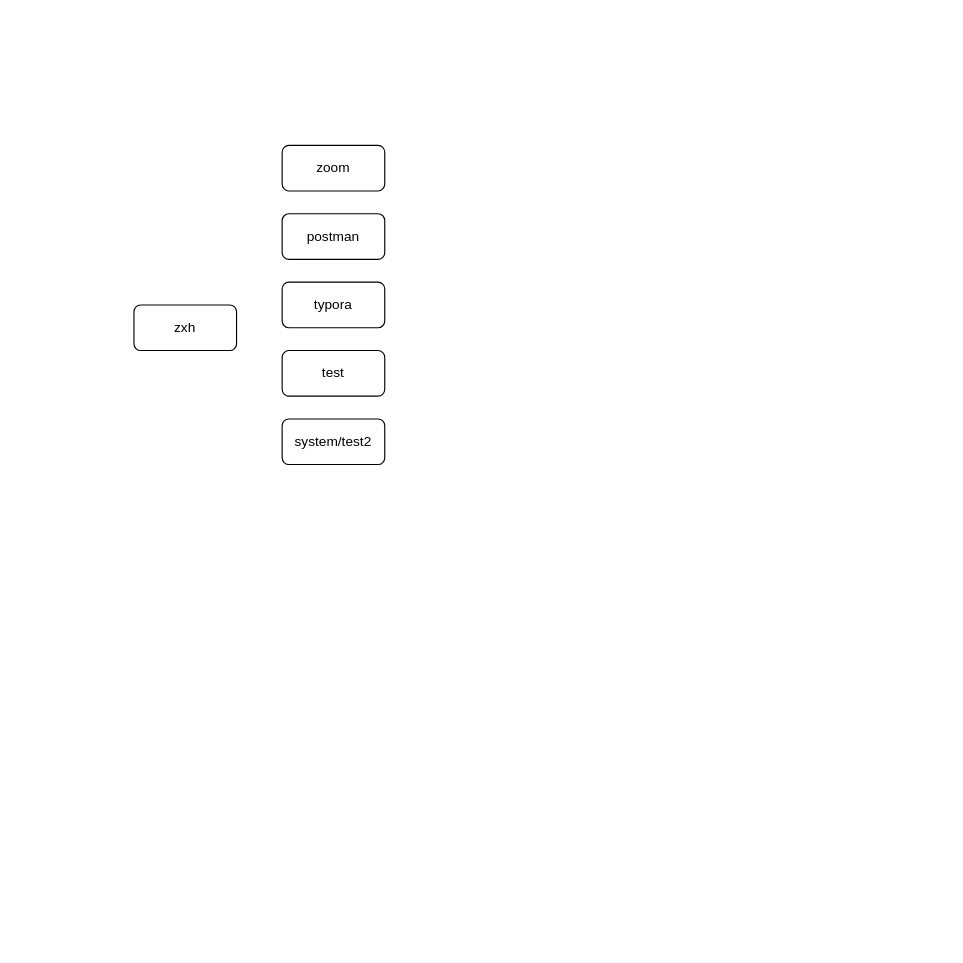
Earlier version of the draw.io diagram dap依赖项设计图.drawio (xiaohanzhang1/draw). Source tidied: cells renumbered, new cells numbered last; positions are measured from the earlier drawing's top-left corner, leaving out a move shared by most shapes. Both pictures are drawn from the tidied source at 114%, with x=0, y=0 at pixel (133, 145).
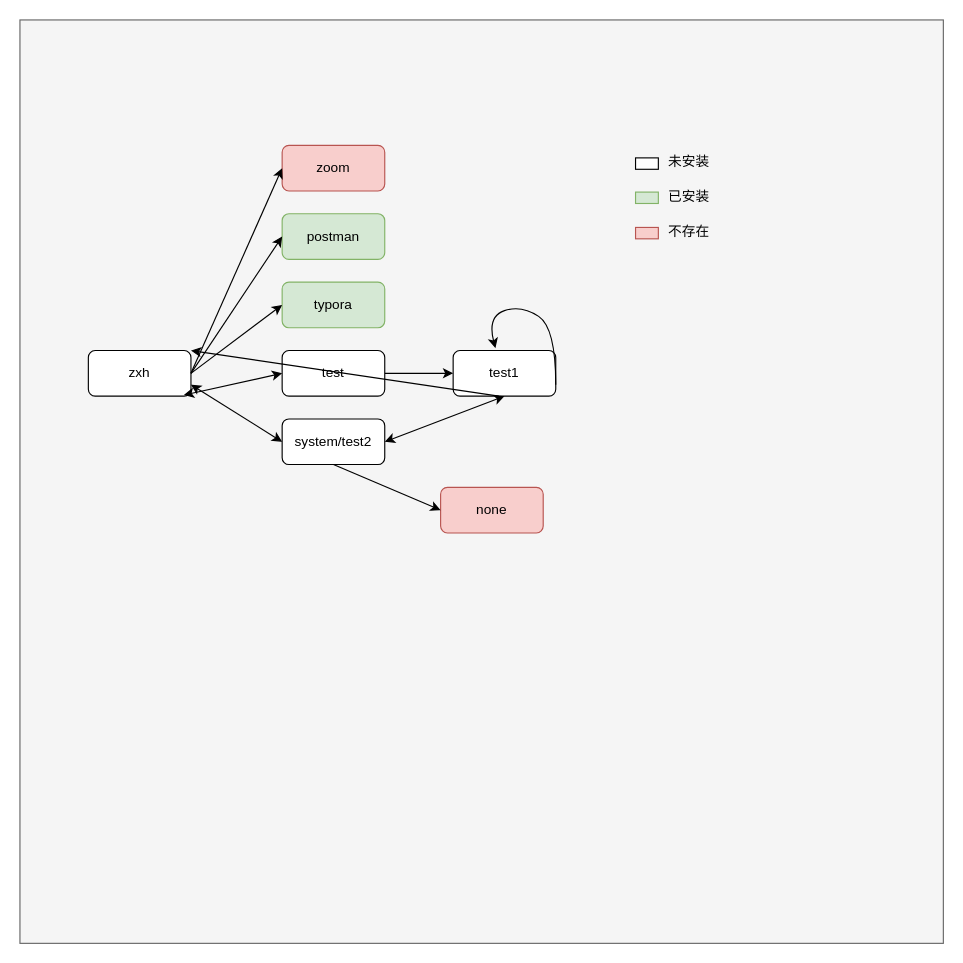
The same diagram, later.

Commit message (it also covers changes not shown here):
更新dap依赖项设计图.drawio

The change refers to these unchanged cells:
```xml
<mxCell id="6" value="test" style="rounded=1;whiteSpace=wrap;html=1;" parent="1" vertex="1">
  <mxGeometry x="130" y="180" width="90" height="40" as="geometry" />
</mxCell>
<mxCell id="7" value="system/test2" style="rounded=1;whiteSpace=wrap;html=1;" parent="1" vertex="1">
  <mxGeometry x="130" y="240" width="90" height="40" as="geometry" />
</mxCell>
```

The edit, as a diff of the source:
```diff
@@
+    <mxCell id="8" style="whiteSpace=wrap;html=1;fillColor=#f5f5f5;strokeColor=#666666;fontColor=#333333;" parent="1" vertex="1">
+      <mxGeometry x="-100" y="-110" width="810" height="810" as="geometry" />
+    </mxCell>
     <mxCell id="2" value="zxh" style="rounded=1;whiteSpace=wrap;html=1;" parent="1" vertex="1">
-      <mxGeometry y="140" width="90" height="40" as="geometry" />
+      <mxGeometry x="-40" y="180" width="90" height="40" as="geometry" />
     </mxCell>
-    <mxCell id="3" value="zoom" style="rounded=1;whiteSpace=wrap;html=1;" parent="1" vertex="1">
+    <mxCell id="3" value="zoom" style="rounded=1;whiteSpace=wrap;html=1;fillColor=#f8cecc;strokeColor=#b85450;" parent="1" vertex="1">
       <mxGeometry x="130" width="90" height="40" as="geometry" />
     </mxCell>
-    <mxCell id="4" value="postman" style="rounded=1;whiteSpace=wrap;html=1;" parent="1" vertex="1">
+    <mxCell id="4" value="postman" style="rounded=1;whiteSpace=wrap;html=1;fillColor=#d5e8d4;strokeColor=#82b366;" parent="1" vertex="1">
       <mxGeometry x="130" y="60" width="90" height="40" as="geometry" />
     </mxCell>
-    <mxCell id="5" value="typora" style="rounded=1;whiteSpace=wrap;html=1;" parent="1" vertex="1">
+    <mxCell id="5" value="typora" style="rounded=1;whiteSpace=wrap;html=1;fillColor=#d5e8d4;strokeColor=#82b366;" parent="1" vertex="1">
       <mxGeometry x="130" y="120" width="90" height="40" as="geometry" />
     </mxCell>
+    <mxCell id="9" style="edgeStyle=orthogonalEdgeStyle;rounded=0;jettySize=auto;html=1;" parent="1" edge="1" source="6" target="15">
+      <mxGeometry relative="1" as="geometry" />
+    </mxCell>
@@
+    <mxCell id="10" style="ellipse;whiteSpace=wrap;html=1;align=center;fillColor=none;strokeColor=none;perimeter=centerPerimeter;" parent="1" vertex="1">
+      <mxGeometry x="290" y="250" width="10" height="10" as="geometry" />
+    </mxCell>
+    <mxCell id="11" style="endArrow=classic;html=1;rounded=0;exitX=1;exitY=0.5;exitDx=0;exitDy=0;entryX=0;entryY=0.5;entryDx=0;entryDy=0;" parent="1" edge="1" source="2" target="3">
+      <mxGeometry relative="1" as="geometry" />
+    </mxCell>
+    <mxCell id="12" style="endArrow=classic;html=1;rounded=0;entryX=0;entryY=0.5;entryDx=0;entryDy=0;" parent="1" edge="1" target="4">
+      <mxGeometry relative="1" as="geometry">
+        <mxPoint x="50" y="200" as="sourcePoint" />
+      </mxGeometry>
+    </mxCell>
+    <mxCell id="13" style="endArrow=classic;html=1;rounded=0;entryX=0;entryY=0.5;entryDx=0;entryDy=0;" parent="1" edge="1" target="5">
+      <mxGeometry relative="1" as="geometry">
+        <mxPoint x="50" y="200" as="sourcePoint" />
+      </mxGeometry>
+    </mxCell>
+    <mxCell id="14" style="endArrow=classic;startArrow=classic;html=1;rounded=0;exitX=0.931;exitY=0.975;exitDx=0;exitDy=0;entryX=0;entryY=0.5;entryDx=0;entryDy=0;exitPerimeter=0;" parent="1" edge="1" source="2" target="6">
+      <mxGeometry relative="1" as="geometry" />
+    </mxCell>
+    <mxCell id="15" value="test1" style="rounded=1;whiteSpace=wrap;html=1;" parent="1" vertex="1">
+      <mxGeometry x="280" y="180" width="90" height="40" as="geometry" />
+    </mxCell>
+    <mxCell id="16" style="curved=1;endArrow=classic;html=1;rounded=0;exitX=1;exitY=0.75;exitDx=0;exitDy=0;entryX=0.412;entryY=-0.052;entryDx=0;entryDy=0;entryPerimeter=0;" parent="1" edge="1" source="15" target="15">
+      <mxGeometry relative="1" as="geometry">
+        <Array as="points">
+          <mxPoint x="370" y="160" />
+          <mxPoint x="340" y="140" />
+          <mxPoint x="310" y="150" />
+        </Array>
+      </mxGeometry>
+    </mxCell>
+    <mxCell id="17" style="endArrow=classic;html=1;rounded=0;entryX=1;entryY=0;entryDx=0;entryDy=0;" parent="1" edge="1" target="2">
+      <mxGeometry relative="1" as="geometry">
+        <mxPoint x="320" y="220" as="sourcePoint" />
+      </mxGeometry>
+    </mxCell>
+    <mxCell id="18" style="endArrow=classic;startArrow=classic;html=1;rounded=0;exitX=1;exitY=0.5;exitDx=0;exitDy=0;entryX=0.5;entryY=1;entryDx=0;entryDy=0;" parent="1" edge="1" source="7" target="15">
+      <mxGeometry relative="1" as="geometry" />
+    </mxCell>
+    <mxCell id="19" style="endArrow=classic;startArrow=classic;html=1;rounded=0;exitX=1;exitY=0.75;exitDx=0;exitDy=0;entryX=0;entryY=0.5;entryDx=0;entryDy=0;" parent="1" edge="1" source="2" target="7">
+      <mxGeometry relative="1" as="geometry" />
+    </mxCell>
+    <mxCell id="20" value="none" style="rounded=1;whiteSpace=wrap;html=1;fillColor=#f8cecc;strokeColor=#b85450;" parent="1" vertex="1">
+      <mxGeometry x="269" y="300" width="90" height="40" as="geometry" />
+    </mxCell>
+    <mxCell id="21" style="endArrow=classic;html=1;rounded=0;exitX=0.5;exitY=1;exitDx=0;exitDy=0;entryX=0;entryY=0.5;entryDx=0;entryDy=0;" parent="1" edge="1" source="7" target="20">
+      <mxGeometry relative="1" as="geometry" />
+    </mxCell>
+    <mxCell id="22" value="未安装" style="text;html=1;strokeColor=none;fillColor=none;align=center;verticalAlign=middle;whiteSpace=wrap;rounded=0;" parent="1" vertex="1">
+      <mxGeometry x="457" width="60" height="30" as="geometry" />
+    </mxCell>
+    <mxCell id="23" style="rounded=1;whiteSpace=wrap;html=1;arcSize=0;" parent="1" vertex="1">
+      <mxGeometry x="440" y="11" width="20" height="10" as="geometry" />
+    </mxCell>
+    <mxCell id="24" value="已安装" style="text;html=1;strokeColor=none;fillColor=none;align=center;verticalAlign=middle;whiteSpace=wrap;rounded=0;" parent="1" vertex="1">
+      <mxGeometry x="457" y="30" width="60" height="30" as="geometry" />
+    </mxCell>
+    <mxCell id="25" style="rounded=1;whiteSpace=wrap;html=1;fillColor=#d5e8d4;strokeColor=#82b366;arcSize=0;" parent="1" vertex="1">
+      <mxGeometry x="440" y="41" width="20" height="10" as="geometry" />
+    </mxCell>
+    <mxCell id="26" value="不存在" style="text;html=1;strokeColor=none;fillColor=none;align=center;verticalAlign=middle;whiteSpace=wrap;rounded=0;" parent="1" vertex="1">
+      <mxGeometry x="457" y="61" width="60" height="30" as="geometry" />
+    </mxCell>
+    <mxCell id="27" style="rounded=1;whiteSpace=wrap;html=1;fillColor=#f8cecc;strokeColor=#b85450;arcSize=0;" parent="1" vertex="1">
+      <mxGeometry x="440" y="72" width="20" height="10" as="geometry" />
+    </mxCell>
```
